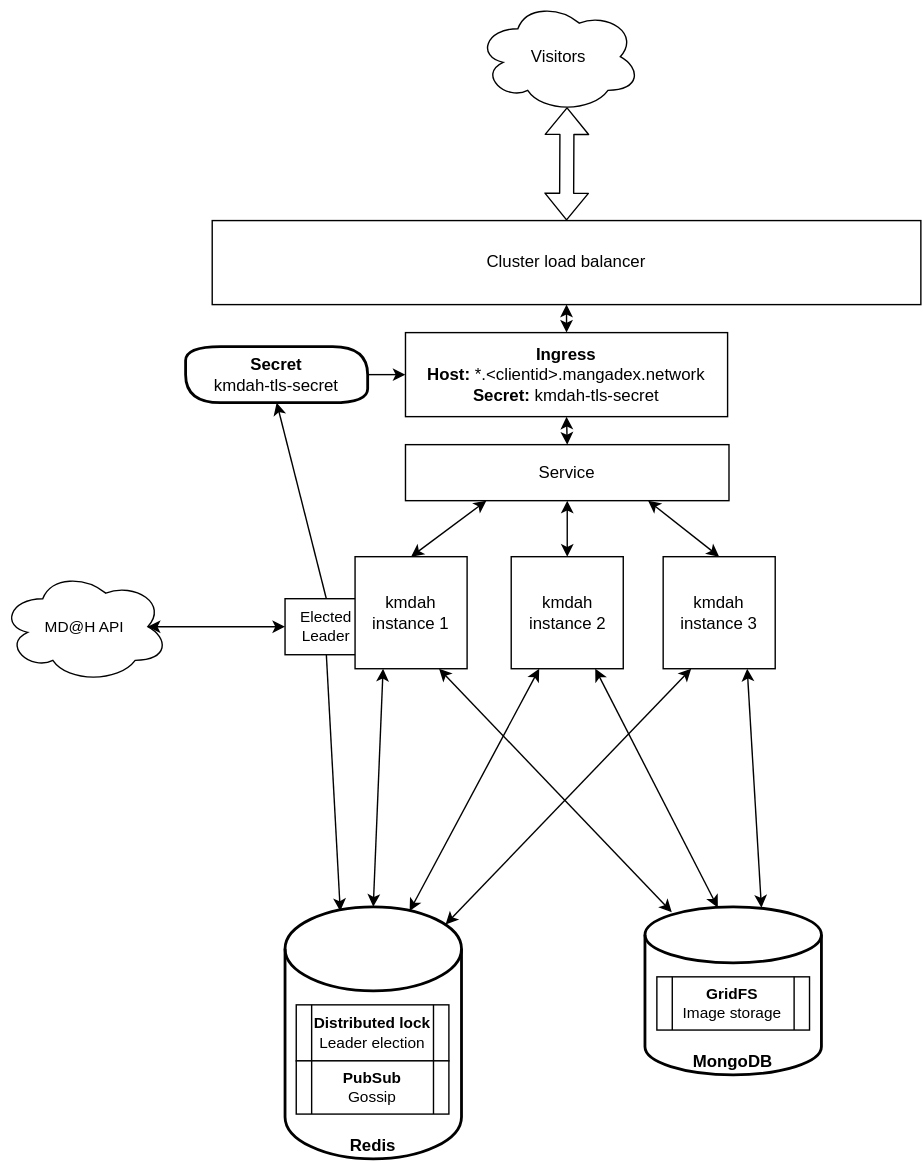
This is docs/architecture.svg from Tristan971/kmdah, a draw.io export, as it was before one commit. Source tidied: cells renumbered, new cells last; positions are measured from the earlier drawing's top-left corner, leaving out a move shared by most shapes.
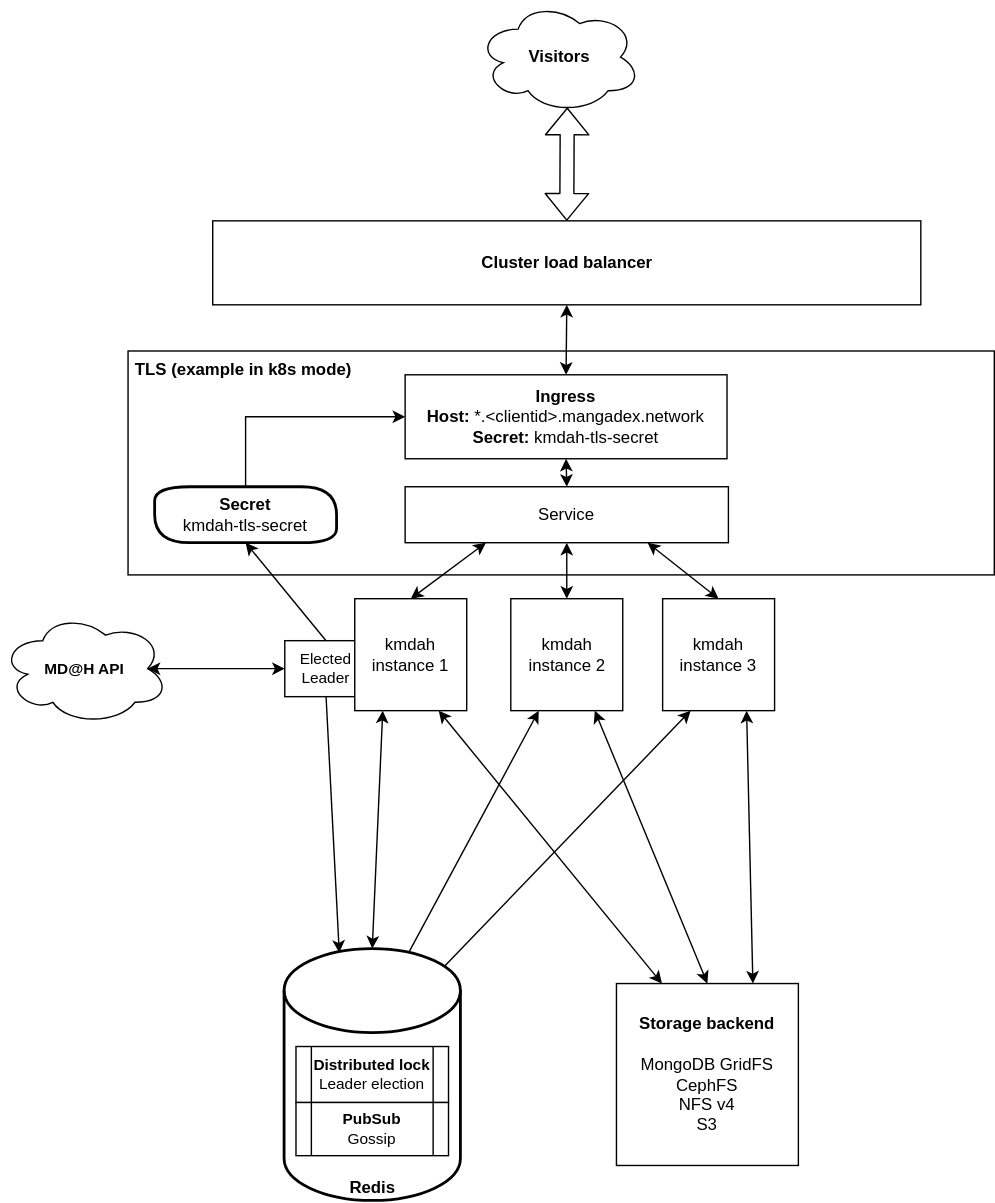
Above is the later version.

The edit, as a diff of the source:
```diff
@@ -2,11 +2,14 @@
   <root>
     <mxCell id="0" />
     <mxCell id="1" parent="0" />
+    <mxCell id="33" value="&amp;nbsp;TLS (example in k8s mode)" style="rounded=0;whiteSpace=wrap;html=1;align=left;verticalAlign=top;fontStyle=1;" parent="1" vertex="1">
+      <mxGeometry x="91" y="220" width="619" height="160" as="geometry" />
+    </mxCell>
     <mxCell id="2" value="Elected&lt;br&gt;Leader" style="rounded=0;whiteSpace=wrap;html=1;shadow=0;labelBackgroundColor=#ffffff;fillColor=#ffffff;fontSize=11;align=center;" parent="1" vertex="1">
       <mxGeometry x="203" y="427" width="59" height="40" as="geometry" />
     </mxCell>
     <mxCell id="3" value="&lt;b&gt;Redis&lt;/b&gt;" style="strokeWidth=2;html=1;shape=mxgraph.flowchart.database;whiteSpace=wrap;verticalAlign=bottom;" parent="1" vertex="1">
-      <mxGeometry x="203" y="647" width="126" height="180" as="geometry" />
+      <mxGeometry x="202.5" y="647" width="126" height="180" as="geometry" />
     </mxCell>
     <mxCell id="4" value="kmdah&lt;br&gt;instance 1" style="whiteSpace=wrap;html=1;" parent="1" vertex="1">
       <mxGeometry x="253" y="397" width="80" height="80" as="geometry" />
@@ -17,14 +20,14 @@
     <mxCell id="6" value="kmdah&lt;br&gt;instance 3" style="whiteSpace=wrap;html=1;" parent="1" vertex="1">
       <mxGeometry x="473" y="397" width="80" height="80" as="geometry" />
     </mxCell>
-    <mxCell id="7" value="Cluster load balancer" style="rounded=0;whiteSpace=wrap;html=1;" parent="1" vertex="1">
-      <mxGeometry x="151" y="157" width="506" height="60" as="geometry" />
+    <mxCell id="7" value="Cluster load balancer" style="rounded=0;whiteSpace=wrap;html=1;fontStyle=1;" parent="1" vertex="1">
+      <mxGeometry x="151.5" y="127" width="506" height="60" as="geometry" />
     </mxCell>
     <mxCell id="8" style="shape=flexArrow;endArrow=classic;startArrow=classic;html=1;exitX=0.5;exitY=0;exitDx=0;exitDy=0;entryX=0.55;entryY=0.95;entryDx=0;entryDy=0;entryPerimeter=0;" parent="1" edge="1" source="7" target="9">
       <mxGeometry relative="1" as="geometry" />
     </mxCell>
-    <mxCell id="9" value="Visitors" style="ellipse;shape=cloud;whiteSpace=wrap;html=1;" parent="1" vertex="1">
-      <mxGeometry x="340" width="117" height="80" as="geometry" />
+    <mxCell id="9" value="Visitors" style="ellipse;shape=cloud;whiteSpace=wrap;html=1;fontStyle=1;" parent="1" vertex="1">
+      <mxGeometry x="340.5" y="-30" width="117" height="80" as="geometry" />
     </mxCell>
     <mxCell id="10" value="&lt;b&gt;Ingress&lt;/b&gt;&lt;br&gt;&lt;b&gt;Host:&lt;/b&gt; *.&amp;lt;clientid&amp;gt;.mangadex.network&lt;br&gt;&lt;b&gt;Secret:&lt;/b&gt; kmdah-tls-secret" style="rounded=0;whiteSpace=wrap;html=1;" parent="1" vertex="1">
       <mxGeometry x="289" y="237" width="230" height="60" as="geometry" />
@@ -32,19 +35,13 @@
     <mxCell id="11" value="Service" style="rounded=0;whiteSpace=wrap;html=1;" parent="1" vertex="1">
       <mxGeometry x="289" y="317" width="231" height="40" as="geometry" />
     </mxCell>
-    <mxCell id="12" style="endArrow=classic;html=1;entryX=0;entryY=0.5;entryDx=0;entryDy=0;exitX=1;exitY=0.5;exitDx=0;exitDy=0;" parent="1" edge="1" source="28" target="10">
-      <mxGeometry relative="1" as="geometry" />
-    </mxCell>
     <mxCell id="13" style="endArrow=classic;startArrow=classic;html=1;exitX=0.5;exitY=0;exitDx=0;exitDy=0;exitPerimeter=0;entryX=0.25;entryY=1;entryDx=0;entryDy=0;" parent="1" edge="1" source="3" target="4">
       <mxGeometry relative="1" as="geometry" />
     </mxCell>
-    <mxCell id="14" value="&lt;b&gt;MongoDB&lt;/b&gt;" style="strokeWidth=2;html=1;shape=mxgraph.flowchart.database;whiteSpace=wrap;verticalAlign=bottom;" parent="1" vertex="1">
-      <mxGeometry x="460" y="647" width="126" height="120" as="geometry" />
-    </mxCell>
-    <mxCell id="15" style="endArrow=classic;startArrow=classic;html=1;entryX=0.25;entryY=1;entryDx=0;entryDy=0;exitX=0.706;exitY=0.017;exitDx=0;exitDy=0;exitPerimeter=0;" parent="1" edge="1" source="3" target="5">
+    <mxCell id="15" style="endArrow=classic;startArrow=none;html=1;entryX=0.25;entryY=1;entryDx=0;entryDy=0;exitX=0.706;exitY=0.017;exitDx=0;exitDy=0;exitPerimeter=0;endFill=1;startFill=0;" parent="1" edge="1" source="3" target="5">
       <mxGeometry relative="1" as="geometry" />
     </mxCell>
-    <mxCell id="16" style="endArrow=classic;startArrow=classic;html=1;entryX=0.25;entryY=1;entryDx=0;entryDy=0;exitX=0.91;exitY=0.07;exitDx=0;exitDy=0;exitPerimeter=0;" parent="1" edge="1" source="3" target="6">
+    <mxCell id="16" style="endArrow=classic;startArrow=none;html=1;entryX=0.25;entryY=1;entryDx=0;entryDy=0;exitX=0.91;exitY=0.07;exitDx=0;exitDy=0;exitPerimeter=0;startFill=0;" parent="1" edge="1" source="3" target="6">
       <mxGeometry relative="1" as="geometry" />
     </mxCell>
     <mxCell id="17" style="endArrow=classic;startArrow=classic;html=1;entryX=0.5;entryY=1;entryDx=0;entryDy=0;exitX=0.5;exitY=0;exitDx=0;exitDy=0;" parent="1" edge="1" source="11" target="10">
@@ -53,13 +50,13 @@
     <mxCell id="18" style="endArrow=classic;startArrow=classic;html=1;exitX=0.5;exitY=1;exitDx=0;exitDy=0;entryX=0.5;entryY=0;entryDx=0;entryDy=0;" parent="1" edge="1" source="7" target="10">
       <mxGeometry relative="1" as="geometry" />
     </mxCell>
-    <mxCell id="19" style="endArrow=classic;startArrow=classic;html=1;exitX=0.75;exitY=1;exitDx=0;exitDy=0;entryX=0.152;entryY=0.032;entryDx=0;entryDy=0;entryPerimeter=0;" parent="1" edge="1" source="4" target="14">
+    <mxCell id="19" style="endArrow=classic;startArrow=classic;html=1;exitX=0.75;exitY=1;exitDx=0;exitDy=0;entryX=0.25;entryY=0;entryDx=0;entryDy=0;" parent="1" edge="1" source="4" target="34">
       <mxGeometry relative="1" as="geometry" />
     </mxCell>
-    <mxCell id="20" style="endArrow=classic;startArrow=classic;html=1;exitX=0.75;exitY=1;exitDx=0;exitDy=0;entryX=0.413;entryY=0.005;entryDx=0;entryDy=0;entryPerimeter=0;" parent="1" edge="1" source="5" target="14">
+    <mxCell id="20" style="endArrow=classic;startArrow=classic;html=1;exitX=0.75;exitY=1;exitDx=0;exitDy=0;entryX=0.5;entryY=0;entryDx=0;entryDy=0;" parent="1" edge="1" source="5" target="34">
       <mxGeometry relative="1" as="geometry" />
     </mxCell>
-    <mxCell id="21" style="endArrow=classic;startArrow=classic;html=1;exitX=0.75;exitY=1;exitDx=0;exitDy=0;entryX=0.66;entryY=0.005;entryDx=0;entryDy=0;entryPerimeter=0;" parent="1" edge="1" source="6" target="14">
+    <mxCell id="21" style="endArrow=classic;startArrow=classic;html=1;exitX=0.75;exitY=1;exitDx=0;exitDy=0;entryX=0.75;entryY=0;entryDx=0;entryDy=0;" parent="1" edge="1" source="6" target="34">
       <mxGeometry relative="1" as="geometry" />
     </mxCell>
     <mxCell id="22" value="&lt;b&gt;Distributed lock&lt;/b&gt;&lt;br&gt;Leader election" style="shape=process;whiteSpace=wrap;html=1;backgroundOutline=1;shadow=0;labelBackgroundColor=#ffffff;fontSize=11;" parent="1" vertex="1">
@@ -68,10 +65,7 @@
     <mxCell id="23" value="&lt;b&gt;PubSub&lt;/b&gt;&lt;br&gt;Gossip" style="shape=process;whiteSpace=wrap;html=1;backgroundOutline=0;shadow=0;labelBackgroundColor=#ffffff;fontSize=11;" parent="1" vertex="1">
       <mxGeometry x="211" y="757" width="109" height="38" as="geometry" />
     </mxCell>
-    <mxCell id="24" value="&lt;b&gt;GridFS&lt;/b&gt;&lt;br&gt;Image storage" style="shape=process;whiteSpace=wrap;html=1;backgroundOutline=0;shadow=0;labelBackgroundColor=#ffffff;fontSize=11;" parent="1" vertex="1">
-      <mxGeometry x="468.5" y="697" width="109" height="38" as="geometry" />
-    </mxCell>
-    <mxCell id="25" value="MD@H API" style="ellipse;shape=cloud;whiteSpace=wrap;html=1;shadow=0;labelBackgroundColor=#ffffff;fillColor=#ffffff;fontSize=11;align=center;" parent="1" vertex="1">
+    <mxCell id="25" value="MD@H API" style="ellipse;shape=cloud;whiteSpace=wrap;html=1;shadow=0;labelBackgroundColor=#ffffff;fillColor=#ffffff;fontSize=11;align=center;fontStyle=1;" parent="1" vertex="1">
       <mxGeometry y="407" width="120" height="80" as="geometry" />
     </mxCell>
     <mxCell id="26" style="endArrow=classic;startArrow=classic;html=1;fontSize=11;entryX=0.875;entryY=0.5;entryDx=0;entryDy=0;entryPerimeter=0;exitX=0;exitY=0.5;exitDx=0;exitDy=0;" parent="1" edge="1" source="2" target="25">
@@ -80,8 +74,11 @@
     <mxCell id="27" style="endArrow=classic;html=1;fontSize=11;exitX=0.5;exitY=1;exitDx=0;exitDy=0;entryX=0.313;entryY=0.017;entryDx=0;entryDy=0;entryPerimeter=0;" parent="1" edge="1" source="2" target="3">
       <mxGeometry relative="1" as="geometry" />
     </mxCell>
+    <mxCell id="12" style="edgeStyle=orthogonalEdgeStyle;rounded=0;jettySize=auto;html=1;exitX=0.5;exitY=0;exitDx=0;exitDy=0;entryX=0;entryY=0.5;entryDx=0;entryDy=0;" parent="1" edge="1" source="28" target="10">
+      <mxGeometry relative="1" as="geometry" />
+    </mxCell>
     <mxCell id="28" value="&lt;b&gt;Secret&lt;/b&gt;&lt;br&gt;kmdah-tls-secret" style="shape=parallelogram;html=1;strokeWidth=2;perimeter=parallelogramPerimeter;whiteSpace=wrap;rounded=1;arcSize=50;size=0;" parent="1" vertex="1">
-      <mxGeometry x="132" y="247" width="130" height="40" as="geometry" />
+      <mxGeometry x="110" y="317" width="130" height="40" as="geometry" />
     </mxCell>
     <mxCell id="29" style="endArrow=classic;html=1;fontSize=11;entryX=0.5;entryY=1;entryDx=0;entryDy=0;exitX=0.5;exitY=0;exitDx=0;exitDy=0;" parent="1" edge="1" source="2" target="28">
       <mxGeometry relative="1" as="geometry" />
@@ -95,5 +92,8 @@
     <mxCell id="32" style="endArrow=classic;startArrow=classic;html=1;fontSize=11;entryX=0.25;entryY=1;entryDx=0;entryDy=0;exitX=0.5;exitY=0;exitDx=0;exitDy=0;" parent="1" edge="1" source="4" target="11">
       <mxGeometry relative="1" as="geometry" />
     </mxCell>
+    <mxCell id="34" value="Storage backend&lt;br&gt;&lt;br&gt;&lt;span style=&quot;font-weight: normal&quot;&gt;MongoDB GridFS&lt;br&gt;CephFS&lt;br&gt;NFS v4&lt;br&gt;S3&lt;br&gt;&lt;/span&gt;" style="whiteSpace=wrap;html=1;fontStyle=1;align=center;" parent="1" vertex="1">
+      <mxGeometry x="440" y="672" width="130" height="130" as="geometry" />
+    </mxCell>
   </root>
 </mxGraphModel>
```
